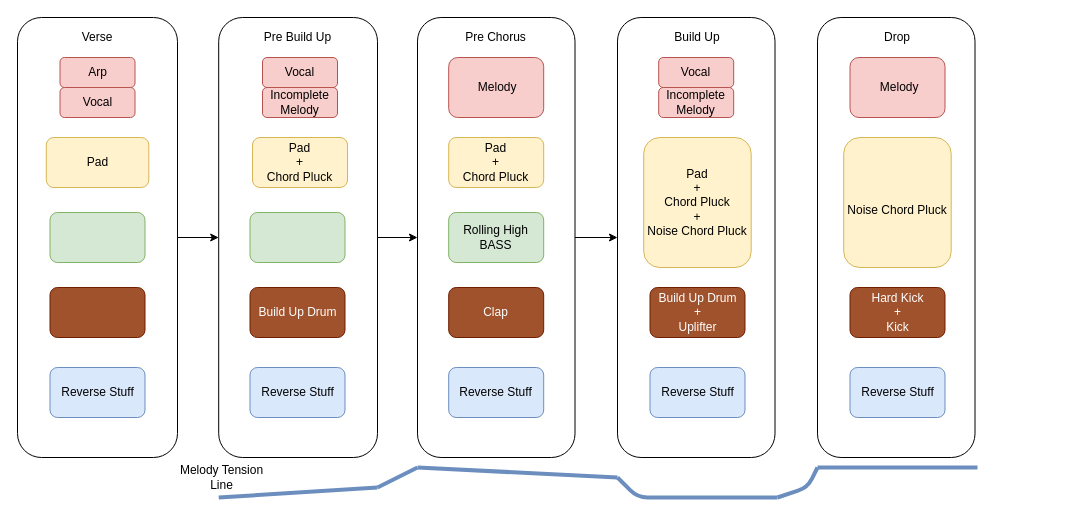
This is Euphoric Hardstyle Pattern1.drawio from houance/Music-Illustration, a draw.io file, before an edit. Source tidied: cells renumbered, new cells numbered last; positions are measured from the earlier drawing's top-left corner, leaving out a move shared by most shapes. Both pictures are drawn from the tidied source at 100%, with x=0, y=0 at pixel (17, 17).
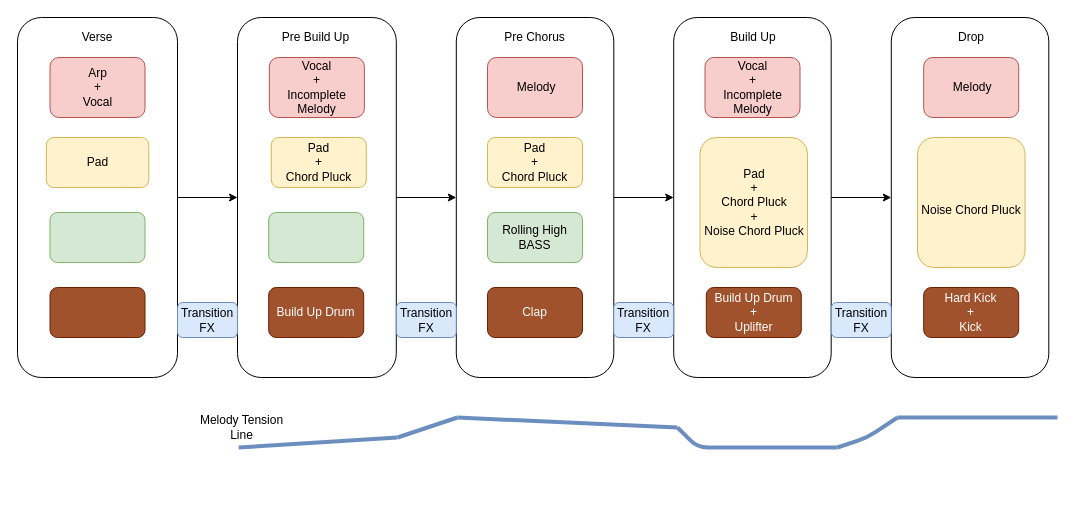
After the change.

Change to the diagram source:
```diff
@@
     <mxCell id="3" style="rounded=1;whiteSpace=wrap;html=1;" parent="1" vertex="1">
-      <mxGeometry width="160" height="440" as="geometry" />
+      <mxGeometry width="160" height="360" as="geometry" />
     </mxCell>
@@
     <mxCell id="5" style="rounded=1;whiteSpace=wrap;html=1;" parent="1" vertex="1">
-      <mxGeometry x="201.2" width="158.8" height="440" as="geometry" />
+      <mxGeometry x="220" width="158.8" height="360" as="geometry" />
     </mxCell>
@@
     <mxCell id="8" value="Pre Build Up" style="text;html=1;strokeColor=none;fillColor=none;align=center;verticalAlign=middle;whiteSpace=wrap;rounded=0;" parent="1" vertex="1">
-      <mxGeometry x="232.5" y="5" width="95" height="30" as="geometry" />
+      <mxGeometry x="251.2" y="5" width="95" height="30" as="geometry" />
     </mxCell>
     <mxCell id="9" value="Pad &lt;br&gt;+ &lt;br&gt;Chord Pluck" style="rounded=1;whiteSpace=wrap;html=1;fillColor=#fff2cc;strokeColor=#d6b656;" parent="1" vertex="1">
-      <mxGeometry x="235" y="120" width="95" height="50" as="geometry" />
+      <mxGeometry x="253.8" y="120" width="95" height="50" as="geometry" />
     </mxCell>
     <mxCell id="10" value="Build Up Drum" style="rounded=1;whiteSpace=wrap;html=1;fillColor=#a0522d;strokeColor=#6D1F00;fontColor=#ffffff;" parent="1" vertex="1">
-      <mxGeometry x="232.5" y="270" width="95" height="50" as="geometry" />
+      <mxGeometry x="251.2" y="270" width="95" height="50" as="geometry" />
     </mxCell>
@@
     <mxCell id="12" style="rounded=1;whiteSpace=wrap;html=1;" parent="1" vertex="1">
-      <mxGeometry x="400" width="157.5" height="440" as="geometry" />
+      <mxGeometry x="438.8" width="157.5" height="360" as="geometry" />
     </mxCell>
     <mxCell id="13" value="Pre Chorus" style="text;html=1;strokeColor=none;fillColor=none;align=center;verticalAlign=middle;whiteSpace=wrap;rounded=0;" parent="1" vertex="1">
-      <mxGeometry x="443.2" y="10" width="71" height="20" as="geometry" />
+      <mxGeometry x="482" y="10" width="71" height="20" as="geometry" />
     </mxCell>
     <mxCell id="14" value="&amp;nbsp;Melody" style="rounded=1;whiteSpace=wrap;html=1;fillColor=#f8cecc;strokeColor=#b85450;" parent="1" vertex="1">
-      <mxGeometry x="431.2" y="40" width="95" height="60" as="geometry" />
+      <mxGeometry x="470" y="40" width="95" height="60" as="geometry" />
     </mxCell>
     <mxCell id="15" value="Pad &lt;br&gt;+ &lt;br&gt;Chord Pluck" style="rounded=1;whiteSpace=wrap;html=1;fillColor=#fff2cc;strokeColor=#d6b656;" parent="1" vertex="1">
-      <mxGeometry x="431.2" y="120" width="95" height="50" as="geometry" />
+      <mxGeometry x="470" y="120" width="95" height="50" as="geometry" />
     </mxCell>
     <mxCell id="16" value="Rolling High BASS" style="rounded=1;whiteSpace=wrap;html=1;fillColor=#d5e8d4;strokeColor=#82b366;" parent="1" vertex="1">
-      <mxGeometry x="431.2" y="195" width="95" height="50" as="geometry" />
+      <mxGeometry x="470" y="195" width="95" height="50" as="geometry" />
     </mxCell>
     <mxCell id="17" style="rounded=1;whiteSpace=wrap;html=1;fillColor=#d5e8d4;strokeColor=#82b366;" parent="1" vertex="1">
-      <mxGeometry x="232.5" y="195" width="95" height="50" as="geometry" />
+      <mxGeometry x="251.2" y="195" width="95" height="50" as="geometry" />
     </mxCell>
@@
-    <mxCell id="19" value="Reverse Stuff" style="rounded=1;whiteSpace=wrap;html=1;fillColor=#dae8fc;strokeColor=#6c8ebf;" parent="1" vertex="1">
-      <mxGeometry x="232.5" y="350" width="95" height="50" as="geometry" />
-    </mxCell>
-    <mxCell id="20" value="Reverse Stuff" style="rounded=1;whiteSpace=wrap;html=1;fillColor=#dae8fc;strokeColor=#6c8ebf;" parent="1" vertex="1">
-      <mxGeometry x="32.5" y="350" width="95" height="50" as="geometry" />
-    </mxCell>
     <mxCell id="21" value="Clap" style="rounded=1;whiteSpace=wrap;html=1;fillColor=#a0522d;strokeColor=#6D1F00;fontColor=#ffffff;" parent="1" vertex="1">
-      <mxGeometry x="431.2" y="270" width="95" height="50" as="geometry" />
+      <mxGeometry x="470" y="270" width="95" height="50" as="geometry" />
     </mxCell>
-    <mxCell id="22" value="Reverse Stuff" style="rounded=1;whiteSpace=wrap;html=1;fillColor=#dae8fc;strokeColor=#6c8ebf;" parent="1" vertex="1">
-      <mxGeometry x="431.2" y="350" width="95" height="50" as="geometry" />
-    </mxCell>
@@
+    <mxCell id="48" style="edgeStyle=orthogonalEdgeStyle;rounded=1;jumpSize=10;jettySize=auto;html=1;entryX=0;entryY=0.5;entryDx=0;entryDy=0;strokeWidth=1;fontSize=12;" parent="1" edge="1" source="24" target="29">
+      <mxGeometry relative="1" as="geometry" />
+    </mxCell>
     <mxCell id="24" style="rounded=1;whiteSpace=wrap;html=1;" parent="1" vertex="1">
-      <mxGeometry x="600" width="157.5" height="440" as="geometry" />
+      <mxGeometry x="656.2" width="157.5" height="360" as="geometry" />
     </mxCell>
     <mxCell id="25" value="Build Up" style="text;html=1;strokeColor=none;fillColor=none;align=center;verticalAlign=middle;whiteSpace=wrap;rounded=0;" parent="1" vertex="1">
-      <mxGeometry x="630" y="10" width="100" height="20" as="geometry" />
+      <mxGeometry x="686.2" y="10" width="100" height="20" as="geometry" />
     </mxCell>
     <mxCell id="26" value="Pad &lt;br&gt;+ &lt;br&gt;Chord Pluck&lt;br&gt;+&lt;br&gt;Noise Chord Pluck" style="rounded=1;whiteSpace=wrap;html=1;fillColor=#fff2cc;strokeColor=#d6b656;" parent="1" vertex="1">
-      <mxGeometry x="626.2" y="120" width="107.5" height="130" as="geometry" />
+      <mxGeometry x="682.5" y="120" width="107.5" height="130" as="geometry" />
     </mxCell>
     <mxCell id="27" value="Build Up Drum&lt;br&gt;+&lt;br&gt;Uplifter" style="rounded=1;whiteSpace=wrap;html=1;fillColor=#a0522d;strokeColor=#6D1F00;fontColor=#ffffff;" parent="1" vertex="1">
-      <mxGeometry x="632.5" y="270" width="95" height="50" as="geometry" />
+      <mxGeometry x="688.8" y="270" width="95" height="50" as="geometry" />
     </mxCell>
-    <mxCell id="28" value="Reverse Stuff" style="rounded=1;whiteSpace=wrap;html=1;fillColor=#dae8fc;strokeColor=#6c8ebf;" parent="1" vertex="1">
-      <mxGeometry x="632.5" y="350" width="95" height="50" as="geometry" />
-    </mxCell>
     <mxCell id="29" style="rounded=1;whiteSpace=wrap;html=1;" parent="1" vertex="1">
-      <mxGeometry x="800" width="157.5" height="440" as="geometry" />
+      <mxGeometry x="873.8" width="157.5" height="360" as="geometry" />
     </mxCell>
     <mxCell id="30" value="Drop" style="text;html=1;strokeColor=none;fillColor=none;align=center;verticalAlign=middle;whiteSpace=wrap;rounded=0;" parent="1" vertex="1">
-      <mxGeometry x="830" y="10" width="100" height="20" as="geometry" />
+      <mxGeometry x="903.8" y="10" width="100" height="20" as="geometry" />
     </mxCell>
     <mxCell id="31" value="&lt;br&gt;Noise Chord Pluck" style="rounded=1;whiteSpace=wrap;html=1;fillColor=#fff2cc;strokeColor=#d6b656;" parent="1" vertex="1">
-      <mxGeometry x="826.2" y="120" width="107.5" height="130" as="geometry" />
+      <mxGeometry x="900" y="120" width="107.5" height="130" as="geometry" />
     </mxCell>
     <mxCell id="32" value="Hard Kick&lt;br&gt;+&lt;br&gt;Kick" style="rounded=1;whiteSpace=wrap;html=1;fillColor=#a0522d;strokeColor=#6D1F00;fontColor=#ffffff;" parent="1" vertex="1">
-      <mxGeometry x="832.5" y="270" width="95" height="50" as="geometry" />
+      <mxGeometry x="906.2" y="270" width="95" height="50" as="geometry" />
     </mxCell>
-    <mxCell id="33" value="Reverse Stuff" style="rounded=1;whiteSpace=wrap;html=1;fillColor=#dae8fc;strokeColor=#6c8ebf;" parent="1" vertex="1">
-      <mxGeometry x="832.5" y="350" width="95" height="50" as="geometry" />
-    </mxCell>
     <mxCell id="34" value="&amp;nbsp;Melody" style="rounded=1;whiteSpace=wrap;html=1;fillColor=#f8cecc;strokeColor=#b85450;" parent="1" vertex="1">
-      <mxGeometry x="832.5" y="40" width="95" height="60" as="geometry" />
+      <mxGeometry x="906.2" y="40" width="95" height="60" as="geometry" />
     </mxCell>
-    <mxCell id="35" value="Arp" style="rounded=1;whiteSpace=wrap;html=1;fillColor=#f8cecc;strokeColor=#b85450;" parent="1" vertex="1">
-      <mxGeometry x="42.5" y="40" width="75" height="30" as="geometry" />
-    </mxCell>
-    <mxCell id="36" value="Vocal" style="rounded=1;whiteSpace=wrap;html=1;fillColor=#f8cecc;strokeColor=#b85450;" parent="1" vertex="1">
-      <mxGeometry x="42.5" y="70" width="75" height="30" as="geometry" />
-    </mxCell>
-    <mxCell id="37" value="Vocal" style="rounded=1;whiteSpace=wrap;html=1;fillColor=#f8cecc;strokeColor=#b85450;" parent="1" vertex="1">
-      <mxGeometry x="245" y="40" width="75" height="30" as="geometry" />
-    </mxCell>
-    <mxCell id="38" value="Incomplete Melody" style="rounded=1;whiteSpace=wrap;html=1;fillColor=#f8cecc;strokeColor=#b85450;" parent="1" vertex="1">
-      <mxGeometry x="245" y="70" width="75" height="30" as="geometry" />
-    </mxCell>
-    <mxCell id="39" value="Vocal" style="rounded=1;whiteSpace=wrap;html=1;fillColor=#f8cecc;strokeColor=#b85450;" parent="1" vertex="1">
-      <mxGeometry x="641.2" y="40" width="75" height="30" as="geometry" />
-    </mxCell>
-    <mxCell id="40" value="Incomplete Melody" style="rounded=1;whiteSpace=wrap;html=1;fillColor=#f8cecc;strokeColor=#b85450;" parent="1" vertex="1">
-      <mxGeometry x="641.2" y="70" width="75" height="30" as="geometry" />
-    </mxCell>
     <mxCell id="41" style="endArrow=none;html=1;fontSize=12;fillColor=#dae8fc;strokeColor=#6c8ebf;rounded=1;jumpSize=10;strokeWidth=4;" parent="1" edge="1">
       <mxGeometry relative="1" as="geometry">
-        <mxPoint x="201.2" y="480" as="sourcePoint" />
-        <mxPoint x="360" y="470" as="targetPoint" />
+        <mxPoint x="221.2" y="430" as="sourcePoint" />
+        <mxPoint x="380" y="420" as="targetPoint" />
       </mxGeometry>
     </mxCell>
     <mxCell id="42" style="endArrow=none;html=1;fontSize=12;fillColor=#dae8fc;strokeColor=#6c8ebf;rounded=1;jumpSize=10;strokeWidth=4;" parent="1" edge="1">
       <mxGeometry relative="1" as="geometry">
-        <mxPoint x="360" y="470" as="sourcePoint" />
-        <mxPoint x="400" y="450" as="targetPoint" />
+        <mxPoint x="380" y="420" as="sourcePoint" />
+        <mxPoint x="440" y="400" as="targetPoint" />
       </mxGeometry>
     </mxCell>
     <mxCell id="43" style="endArrow=none;html=1;fontSize=12;fillColor=#dae8fc;strokeColor=#6c8ebf;rounded=1;jumpSize=10;strokeWidth=4;" parent="1" edge="1">
       <mxGeometry relative="1" as="geometry">
-        <mxPoint x="400" y="450" as="sourcePoint" />
-        <mxPoint x="600" y="460" as="targetPoint" />
+        <mxPoint x="440" y="400" as="sourcePoint" />
+        <mxPoint x="660" y="410" as="targetPoint" />
       </mxGeometry>
     </mxCell>
     <mxCell id="44" style="endArrow=none;html=1;strokeWidth=4;fontSize=12;fillColor=#dae8fc;strokeColor=#6c8ebf;" parent="1" edge="1">
       <mxGeometry relative="1" as="geometry">
-        <mxPoint x="600" y="460" as="sourcePoint" />
-        <mxPoint x="760" y="480" as="targetPoint" />
+        <mxPoint x="660" y="410" as="sourcePoint" />
+        <mxPoint x="820" y="430" as="targetPoint" />
         <Array as="points">
-          <mxPoint x="620" y="480" />
+          <mxPoint x="680" y="430" />
         </Array>
       </mxGeometry>
     </mxCell>
     <mxCell id="45" style="endArrow=none;html=1;strokeWidth=4;fontSize=12;fillColor=#dae8fc;strokeColor=#6c8ebf;" parent="1" edge="1">
       <mxGeometry relative="1" as="geometry">
-        <mxPoint x="760" y="480" as="sourcePoint" />
-        <mxPoint x="800" y="450" as="targetPoint" />
+        <mxPoint x="820" y="430" as="sourcePoint" />
+        <mxPoint x="880" y="400" as="targetPoint" />
         <Array as="points">
-          <mxPoint x="790" y="470" />
+          <mxPoint x="850" y="420" />
         </Array>
       </mxGeometry>
     </mxCell>
     <mxCell id="46" style="endArrow=none;html=1;strokeWidth=4;fontSize=12;fillColor=#dae8fc;strokeColor=#6c8ebf;" parent="1" edge="1">
       <mxGeometry relative="1" as="geometry">
-        <mxPoint x="800" y="450" as="sourcePoint" />
-        <mxPoint x="960" y="450" as="targetPoint" />
+        <mxPoint x="880" y="400" as="sourcePoint" />
+        <mxPoint x="1040" y="400" as="targetPoint" />
       </mxGeometry>
     </mxCell>
     <mxCell id="47" value="Melody Tension&lt;br&gt;Line" style="text;html=1;strokeColor=none;fillColor=none;align=center;verticalAlign=middle;whiteSpace=wrap;rounded=0;fontSize=12;" parent="1" vertex="1">
-      <mxGeometry x="150" y="450" width="109" height="20" as="geometry" />
+      <mxGeometry x="170" y="400" width="109" height="20" as="geometry" />
     </mxCell>
+    <mxCell id="49" value="Arp&lt;br&gt;+&lt;br&gt;Vocal" style="rounded=1;whiteSpace=wrap;html=1;fillColor=#f8cecc;strokeColor=#b85450;" parent="1" vertex="1">
+      <mxGeometry x="32.5" y="40" width="95" height="60" as="geometry" />
+    </mxCell>
+    <mxCell id="50" value="Vocal&lt;br&gt;+&lt;br&gt;Incomplete Melody" style="rounded=1;whiteSpace=wrap;html=1;fillColor=#f8cecc;strokeColor=#b85450;" parent="1" vertex="1">
+      <mxGeometry x="251.9" y="40" width="95" height="60" as="geometry" />
+    </mxCell>
+    <mxCell id="51" value="Vocal&lt;br&gt;+&lt;br&gt;Incomplete Melody" style="rounded=1;whiteSpace=wrap;html=1;fillColor=#f8cecc;strokeColor=#b85450;" parent="1" vertex="1">
+      <mxGeometry x="687.5" y="40" width="95" height="60" as="geometry" />
+    </mxCell>
+    <mxCell id="52" value="Transition FX" style="rounded=1;whiteSpace=wrap;html=1;fontSize=12;fillColor=#dae8fc;strokeColor=#6c8ebf;" parent="1" vertex="1">
+      <mxGeometry x="160" y="285" width="60" height="35" as="geometry" />
+    </mxCell>
+    <mxCell id="53" value="Transition FX" style="rounded=1;whiteSpace=wrap;html=1;fontSize=12;fillColor=#dae8fc;strokeColor=#6c8ebf;" parent="1" vertex="1">
+      <mxGeometry x="378.8" y="285" width="60" height="35" as="geometry" />
+    </mxCell>
+    <mxCell id="54" value="Transition FX" style="rounded=1;whiteSpace=wrap;html=1;fontSize=12;fillColor=#dae8fc;strokeColor=#6c8ebf;" parent="1" vertex="1">
+      <mxGeometry x="596.2" y="285" width="60" height="35" as="geometry" />
+    </mxCell>
+    <mxCell id="55" value="Transition FX" style="rounded=1;whiteSpace=wrap;html=1;fontSize=12;fillColor=#dae8fc;strokeColor=#6c8ebf;" parent="1" vertex="1">
+      <mxGeometry x="813.8" y="285" width="60" height="35" as="geometry" />
+    </mxCell>
```
